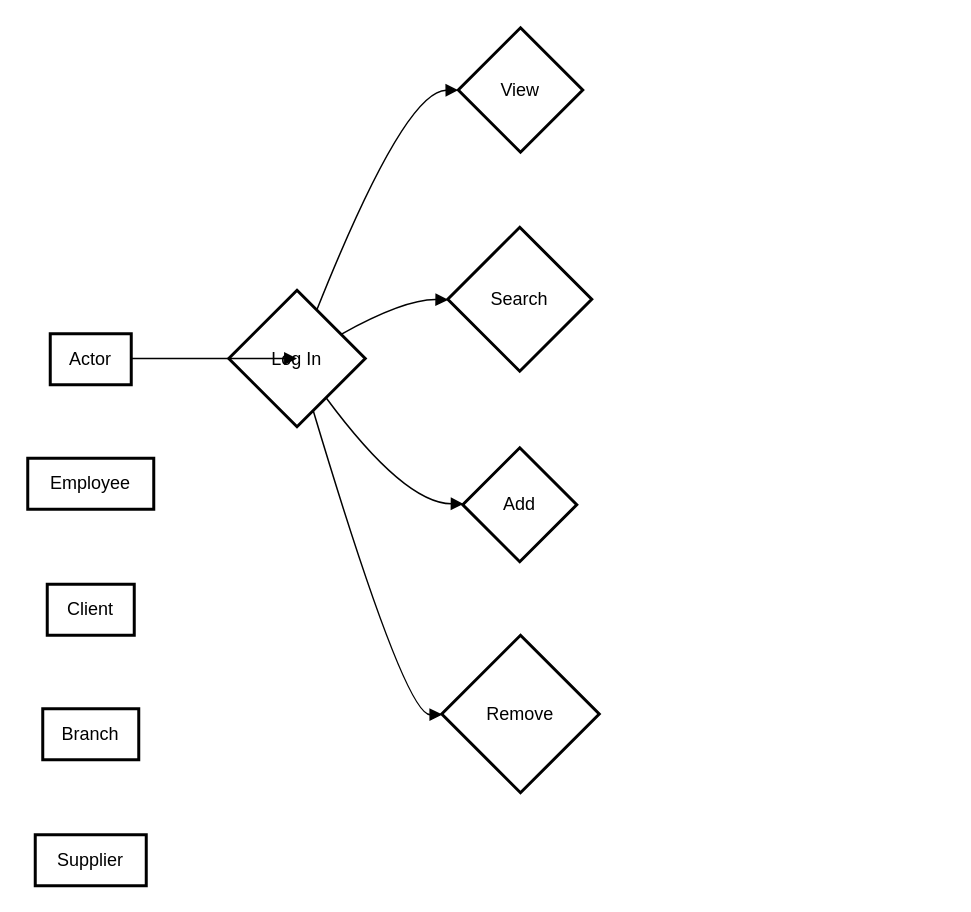
Before: USECASE.drawio in Kazybekkh/KazCable-DBMS, a draw.io diagram. Source tidied: cells renumbered, new cells numbered last; positions are measured from the earlier drawing's top-left corner, leaving out a move shared by most shapes. Both pictures are drawn from the tidied source at 150%, with x=0, y=0 at pixel (27, 27).
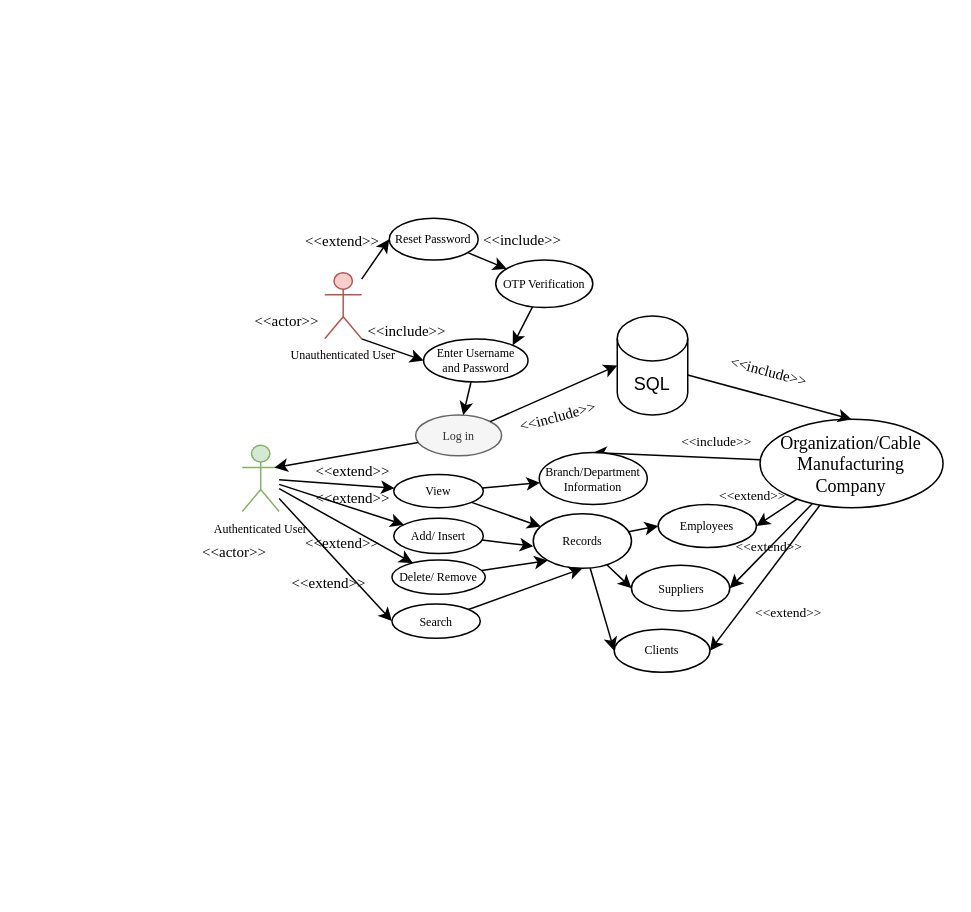
The same page after the edit.

What changed in the source:
```diff
@@
-    <mxCell id="2" value="Actor" style="whiteSpace=wrap;strokeWidth=2;" parent="1" vertex="1">
-      <mxGeometry x="15" y="204" width="54" height="34" as="geometry" />
-    </mxCell>
-    <mxCell id="3" value="Log In" style="rhombus;strokeWidth=2;whiteSpace=wrap;" parent="1" vertex="1">
-      <mxGeometry x="134" y="175" width="91" height="91" as="geometry" />
-    </mxCell>
+    <mxCell id="17" style="rounded=0;jettySize=auto;html=1;entryX=0.5;entryY=0;entryDx=0;entryDy=0;" parent="1" edge="1" source="21" target="35">
+      <mxGeometry relative="1" as="geometry" />
+    </mxCell>
+    <mxCell id="18" style="rounded=0;jettySize=auto;html=1;entryX=1;entryY=0.5;entryDx=0;entryDy=0;" parent="1" edge="1" source="21" target="39">
+      <mxGeometry relative="1" as="geometry" />
+    </mxCell>
+    <mxCell id="19" style="rounded=0;jettySize=auto;html=1;entryX=1;entryY=0.5;entryDx=0;entryDy=0;" parent="1" edge="1" source="21" target="38">
+      <mxGeometry relative="1" as="geometry" />
+    </mxCell>
+    <mxCell id="20" style="rounded=0;jettySize=auto;html=1;entryX=1;entryY=0.5;entryDx=0;entryDy=0;" parent="1" edge="1" source="21" target="37">
+      <mxGeometry relative="1" as="geometry" />
+    </mxCell>
+    <mxCell id="21" value="&lt;font face=&quot;Times New Roman&quot;&gt;Organization/Cable Manufacturing Company&lt;/font&gt;" style="ellipse;whiteSpace=wrap;html=1;" parent="1" vertex="1">
+      <mxGeometry x="488.2" y="261" width="122" height="59" as="geometry" />
+    </mxCell>
+    <mxCell id="22" value="Enter Username &lt;br style=&quot;font-size: 8px;&quot;&gt;and Password" style="ellipse;whiteSpace=wrap;html=1;fontSize=8;fontFamily=Times New Roman;" parent="1" vertex="1">
+      <mxGeometry x="263.9" y="207.5" width="69.6" height="28.7" as="geometry" />
+    </mxCell>
+    <mxCell id="23" value="Log in" style="ellipse;whiteSpace=wrap;html=1;fontSize=8;fontFamily=Times New Roman;fillColor=#f5f5f5;fontColor=#333333;strokeColor=#666666;" parent="1" vertex="1">
+      <mxGeometry x="258.6" y="258.2" width="57.3" height="27.2" as="geometry" />
+    </mxCell>
+    <mxCell id="24" style="rounded=0;jettySize=auto;html=1;fontSize=8;fontFamily=Times New Roman;" parent="1" edge="1" source="22" target="23">
+      <mxGeometry relative="1" as="geometry" />
+    </mxCell>
+    <mxCell id="25" value="Reset Password" style="ellipse;whiteSpace=wrap;html=1;fontSize=8;fontFamily=Times New Roman;" parent="1" vertex="1">
+      <mxGeometry x="241" y="127" width="59.3" height="27.9" as="geometry" />
+    </mxCell>
+    <mxCell id="26" style="rounded=0;jettySize=auto;html=1;entryX=1;entryY=0;entryDx=0;entryDy=0;fontSize=8;fontFamily=Times New Roman;" parent="1" edge="1" source="27" target="22">
+      <mxGeometry relative="1" as="geometry" />
+    </mxCell>
+    <mxCell id="27" value="OTP Verification" style="ellipse;whiteSpace=wrap;html=1;fontSize=8;fontFamily=Times New Roman;" parent="1" vertex="1">
+      <mxGeometry x="312" y="154.9" width="64.7" height="31.6" as="geometry" />
+    </mxCell>
+    <mxCell id="28" style="rounded=0;jettySize=auto;html=1;fontSize=8;fontFamily=Times New Roman;" parent="1" edge="1" source="25" target="27">
+      <mxGeometry relative="1" as="geometry" />
+    </mxCell>
+    <mxCell id="29" value="Authenticated User" style="shape=umlActor;verticalLabelPosition=bottom;verticalAlign=top;html=1;fontSize=8;fontFamily=Times New Roman;fillColor=#d5e8d4;strokeColor=#82b366;" parent="1" vertex="1">
+      <mxGeometry x="143" y="278.4" width="24.6" height="44.1" as="geometry" />
+    </mxCell>
+    <mxCell id="30" value="Unauthenticated User" style="shape=umlActor;verticalLabelPosition=bottom;verticalAlign=top;html=1;fontSize=8;fontFamily=Times New Roman;fillColor=#f8cecc;strokeColor=#b85450;" parent="1" vertex="1">
+      <mxGeometry x="198" y="163.3" width="24.6" height="44.1" as="geometry" />
+    </mxCell>
+    <mxCell id="31" style="rounded=0;jettySize=auto;html=1;entryX=0;entryY=0.5;entryDx=0;entryDy=0;fontSize=8;fontFamily=Times New Roman;exitX=1;exitY=1;exitDx=0;exitDy=0;exitPerimeter=0;" parent="1" edge="1" source="30" target="22">
+      <mxGeometry relative="1" as="geometry" />
+    </mxCell>
+    <mxCell id="32" style="rounded=0;jettySize=auto;html=1;entryX=0;entryY=0.5;entryDx=0;entryDy=0;fontSize=8;fontFamily=Times New Roman;" parent="1" edge="1" source="30" target="25">
+      <mxGeometry relative="1" as="geometry" />
+    </mxCell>
+    <mxCell id="33" style="rounded=0;jettySize=auto;html=1;entryX=0.869;entryY=0.336;entryDx=0;entryDy=0;entryPerimeter=0;fontSize=8;fontFamily=Times New Roman;" parent="1" edge="1" source="23" target="29">
+      <mxGeometry relative="1" as="geometry" />
+    </mxCell>
-    <mxCell id="4" value="View" style="rhombus;strokeWidth=2;whiteSpace=wrap;" parent="1" vertex="1">
-      <mxGeometry x="287" width="83" height="83" as="geometry" />
+    <mxCell id="4" value="View" style="ellipse;whiteSpace=wrap;html=1;fontSize=8;fontFamily=Times New Roman;" parent="1" vertex="1">
+      <mxGeometry x="244" y="297.9" width="59.7" height="22.1" as="geometry" />
     </mxCell>
+    <mxCell id="34" style="rounded=0;jettySize=auto;html=1;fontSize=8;" parent="1" edge="1" source="29" target="4">
+      <mxGeometry relative="1" as="geometry" />
+    </mxCell>
+    <mxCell id="35" value="Branch/Department&lt;br style=&quot;font-size: 8px;&quot;&gt;Information" style="ellipse;whiteSpace=wrap;html=1;fontSize=8;fontFamily=Times New Roman;" parent="1" vertex="1">
+      <mxGeometry x="341" y="283.2" width="72" height="34.6" as="geometry" />
+    </mxCell>
+    <mxCell id="36" style="rounded=0;jettySize=auto;html=1;fontSize=8;" parent="1" edge="1" source="4" target="35">
+      <mxGeometry relative="1" as="geometry" />
+    </mxCell>
+    <mxCell id="37" value="Employees" style="ellipse;whiteSpace=wrap;html=1;fontSize=8;fontFamily=Times New Roman;" parent="1" vertex="1">
+      <mxGeometry x="420.3" y="317.8" width="65.5" height="28.7" as="geometry" />
+    </mxCell>
+    <mxCell id="38" value="Suppliers" style="ellipse;whiteSpace=wrap;html=1;fontSize=8;fontFamily=Times New Roman;" parent="1" vertex="1">
+      <mxGeometry x="402.5" y="358.4" width="65.5" height="30.5" as="geometry" />
+    </mxCell>
+    <mxCell id="39" value="Clients" style="ellipse;whiteSpace=wrap;html=1;fontSize=8;fontFamily=Times New Roman;" parent="1" vertex="1">
+      <mxGeometry x="391" y="401" width="63.8" height="28.7" as="geometry" />
+    </mxCell>
+    <mxCell id="40" style="rounded=0;jettySize=auto;html=1;entryX=0;entryY=0.5;entryDx=0;entryDy=0;fontSize=8;" parent="1" edge="1" source="43" target="37">
+      <mxGeometry relative="1" as="geometry" />
+    </mxCell>
+    <mxCell id="41" style="rounded=0;jettySize=auto;html=1;entryX=0;entryY=0.5;entryDx=0;entryDy=0;fontSize=8;" parent="1" edge="1" source="43" target="38">
+      <mxGeometry relative="1" as="geometry" />
+    </mxCell>
+    <mxCell id="42" style="rounded=0;jettySize=auto;html=1;entryX=0;entryY=0.5;entryDx=0;entryDy=0;fontSize=8;" parent="1" edge="1" source="43" target="39">
+      <mxGeometry relative="1" as="geometry" />
+    </mxCell>
+    <mxCell id="43" value="Records" style="ellipse;whiteSpace=wrap;html=1;fontSize=8;fontFamily=Times New Roman;" parent="1" vertex="1">
+      <mxGeometry x="337" y="324" width="65.5" height="36.4" as="geometry" />
+    </mxCell>
+    <mxCell id="44" style="rounded=0;jettySize=auto;html=1;fontSize=8;" parent="1" edge="1" source="4" target="43">
+      <mxGeometry relative="1" as="geometry" />
+    </mxCell>
+    <mxCell id="45" value="Add/ Insert" style="ellipse;whiteSpace=wrap;html=1;fontSize=8;fontFamily=Times New Roman;" parent="1" vertex="1">
+      <mxGeometry x="244" y="327" width="59.7" height="23.5" as="geometry" />
+    </mxCell>
+    <mxCell id="46" style="rounded=0;jettySize=auto;html=1;fontSize=8;" parent="1" edge="1" source="29" target="45">
+      <mxGeometry relative="1" as="geometry" />
+    </mxCell>
+    <mxCell id="47" style="rounded=0;jettySize=auto;html=1;entryX=0;entryY=1;entryDx=0;entryDy=0;fontSize=8;" parent="1" edge="1" source="48" target="43">
+      <mxGeometry relative="1" as="geometry" />
+    </mxCell>
+    <mxCell id="48" value="Delete/ Remove" style="ellipse;whiteSpace=wrap;html=1;fontSize=8;fontFamily=Times New Roman;" parent="1" vertex="1">
+      <mxGeometry x="242.8" y="354.9" width="62.2" height="22.8" as="geometry" />
+    </mxCell>
+    <mxCell id="49" style="rounded=0;jettySize=auto;html=1;fontSize=8;" parent="1" edge="1" source="29" target="48">
+      <mxGeometry relative="1" as="geometry" />
+    </mxCell>
+    <mxCell id="50" style="rounded=0;jettySize=auto;html=1;entryX=0.001;entryY=0.595;entryDx=0;entryDy=0;entryPerimeter=0;fontSize=8;" parent="1" edge="1" source="45" target="43">
+      <mxGeometry relative="1" as="geometry" />
+    </mxCell>
+    <mxCell id="51" style="rounded=0;jettySize=auto;html=1;entryX=0.5;entryY=1;entryDx=0;entryDy=0;fontSize=8;" parent="1" edge="1" source="5" target="43">
+      <mxGeometry relative="1" as="geometry" />
+    </mxCell>
-    <mxCell id="5" value="Search" style="rhombus;strokeWidth=2;whiteSpace=wrap;" parent="1" vertex="1">
-      <mxGeometry x="280" y="133" width="96" height="96" as="geometry" />
+    <mxCell id="5" value="Search" style="ellipse;whiteSpace=wrap;html=1;fontSize=8;fontFamily=Times New Roman;" parent="1" vertex="1">
+      <mxGeometry x="242.8" y="384.2" width="58.9" height="22.8" as="geometry" />
     </mxCell>
-    <mxCell id="6" value="Add" style="rhombus;strokeWidth=2;whiteSpace=wrap;" parent="1" vertex="1">
-      <mxGeometry x="290" y="280" width="76" height="76" as="geometry" />
-    </mxCell>
-    <mxCell id="7" value="Remove" style="rhombus;strokeWidth=2;whiteSpace=wrap;" parent="1" vertex="1">
-      <mxGeometry x="276" y="405" width="105" height="105" as="geometry" />
-    </mxCell>
-    <mxCell id="8" value="Employee" style="whiteSpace=wrap;strokeWidth=2;" parent="1" vertex="1">
-      <mxGeometry y="287" width="84" height="34" as="geometry" />
-    </mxCell>
-    <mxCell id="9" value="Client" style="whiteSpace=wrap;strokeWidth=2;" parent="1" vertex="1">
-      <mxGeometry x="13" y="371" width="58" height="34" as="geometry" />
-    </mxCell>
-    <mxCell id="10" value="Branch" style="whiteSpace=wrap;strokeWidth=2;" parent="1" vertex="1">
-      <mxGeometry x="10" y="454" width="64" height="34" as="geometry" />
-    </mxCell>
-    <mxCell id="11" value="Supplier" style="whiteSpace=wrap;strokeWidth=2;" parent="1" vertex="1">
-      <mxGeometry x="5" y="538" width="74" height="34" as="geometry" />
-    </mxCell>
-    <mxCell id="12" style="curved=1;startArrow=none;endArrow=block;exitX=0.9994212962962963;exitY=0.48448988970588236;entryX=0.004635989010989011;entryY=0.4996995192307692;" parent="1" edge="1" source="2" target="3">
-      <mxGeometry relative="1" as="geometry" />
-    </mxCell>
-    <mxCell id="13" style="curved=1;startArrow=none;endArrow=block;exitX=0.7046703540424265;exitY=-0.0021033653846153845;entryX=-0.0037650602409638554;entryY=0.5011295180722891;" parent="1" edge="1" source="3" target="4">
-      <mxGeometry relative="1" as="geometry">
-        <Array as="points">
-          <mxPoint x="251" y="42" />
-        </Array>
-      </mxGeometry>
-    </mxCell>
-    <mxCell id="14" style="curved=1;startArrow=none;endArrow=block;exitX=1.0082417582417582;exitY=0.22183553386911598;entryX=0.0013020833333333333;entryY=0.5035807291666666;" parent="1" edge="1" source="3" target="5">
-      <mxGeometry relative="1" as="geometry">
-        <Array as="points">
-          <mxPoint x="251" y="181" />
-        </Array>
-      </mxGeometry>
-    </mxCell>
-    <mxCell id="15" style="curved=1;startArrow=none;endArrow=block;exitX=0.8721620186524526;exitY=1.0015024038461537;entryX=0.004625822368421052;entryY=0.49249588815789475;" parent="1" edge="1" source="3" target="6">
-      <mxGeometry relative="1" as="geometry">
-        <Array as="points">
-          <mxPoint x="251" y="317" />
-        </Array>
-      </mxGeometry>
-    </mxCell>
-    <mxCell id="16" style="curved=1;startArrow=none;endArrow=block;exitX=0.6557933247146163;exitY=1.0015024038461537;entryX=-0.002380952380952381;entryY=0.5037202380952381;" parent="1" edge="1" source="3" target="7">
-      <mxGeometry relative="1" as="geometry">
-        <Array as="points">
-          <mxPoint x="251" y="458" />
-        </Array>
-      </mxGeometry>
-    </mxCell>
+    <mxCell id="52" style="rounded=0;jettySize=auto;html=1;entryX=0;entryY=0.5;entryDx=0;entryDy=0;fontSize=8;" parent="1" edge="1" source="29" target="5">
+      <mxGeometry relative="1" as="geometry" />
+    </mxCell>
+    <mxCell id="53" value="&lt;font style=&quot;font-size: 9px;&quot; face=&quot;Times New Roman&quot;&gt;&amp;lt;&amp;lt;include&amp;gt;&amp;gt;&lt;/font&gt;" style="text;html=1;align=center;verticalAlign=middle;whiteSpace=wrap;rounded=0;" parent="1" vertex="1">
+      <mxGeometry x="433" y="261" width="52.8" height="27" as="geometry" />
+    </mxCell>
+    <mxCell id="54" value="&lt;font style=&quot;font-size: 9px;&quot; face=&quot;Times New Roman&quot;&gt;&amp;lt;&amp;lt;extend&amp;gt;&amp;gt;&lt;/font&gt;" style="text;html=1;align=center;verticalAlign=middle;whiteSpace=wrap;rounded=0;" parent="1" vertex="1">
+      <mxGeometry x="457" y="297" width="52.8" height="27" as="geometry" />
+    </mxCell>
+    <mxCell id="55" value="&lt;font style=&quot;font-size: 9px;&quot; face=&quot;Times New Roman&quot;&gt;&amp;lt;&amp;lt;extend&amp;gt;&amp;gt;&lt;/font&gt;" style="text;html=1;align=center;verticalAlign=middle;whiteSpace=wrap;rounded=0;" parent="1" vertex="1">
+      <mxGeometry x="468" y="331.4" width="52.8" height="27" as="geometry" />
+    </mxCell>
+    <mxCell id="56" value="&lt;font style=&quot;font-size: 9px;&quot; face=&quot;Times New Roman&quot;&gt;&amp;lt;&amp;lt;extend&amp;gt;&amp;gt;&lt;/font&gt;" style="text;html=1;align=center;verticalAlign=middle;whiteSpace=wrap;rounded=0;rotation=0;" parent="1" vertex="1">
+      <mxGeometry x="483.1" y="366" width="49" height="46.6" as="geometry" />
+    </mxCell>
+    <mxCell id="57" style="rounded=0;jettySize=auto;html=1;entryX=0.5;entryY=0;entryDx=0;entryDy=0;" parent="1" edge="1" source="58" target="21">
+      <mxGeometry relative="1" as="geometry" />
+    </mxCell>
+    <mxCell id="58" value="SQL" style="shape=cylinder3;whiteSpace=wrap;html=1;boundedLbl=1;backgroundOutline=1;size=15;" parent="1" vertex="1">
+      <mxGeometry x="393" y="192.2" width="47" height="66" as="geometry" />
+    </mxCell>
+    <mxCell id="59" style="rounded=0;jettySize=auto;html=1;entryX=0;entryY=0.5;entryDx=0;entryDy=0;entryPerimeter=0;" parent="1" edge="1" source="23" target="58">
+      <mxGeometry relative="1" as="geometry" />
+    </mxCell>
+    <mxCell id="60" value="&lt;font style=&quot;font-size: 10px;&quot; face=&quot;Times New Roman&quot;&gt;&amp;lt;&amp;lt;include&amp;gt;&amp;gt;&lt;/font&gt;" style="text;html=1;align=center;verticalAlign=middle;whiteSpace=wrap;rounded=0;rotation=-15;" parent="1" vertex="1">
+      <mxGeometry x="315.9" y="244" width="75.1" height="30" as="geometry" />
+    </mxCell>
+    <mxCell id="61" value="&lt;font style=&quot;font-size: 10px;&quot; face=&quot;Times New Roman&quot;&gt;&amp;lt;&amp;lt;include&amp;gt;&amp;gt;&lt;/font&gt;" style="text;html=1;align=center;verticalAlign=middle;whiteSpace=wrap;rounded=0;rotation=15;" parent="1" vertex="1">
+      <mxGeometry x="457" y="214" width="75.1" height="30" as="geometry" />
+    </mxCell>
+    <mxCell id="62" value="&lt;font style=&quot;font-size: 10px;&quot; face=&quot;Times New Roman&quot;&gt;&amp;lt;&amp;lt;include&amp;gt;&amp;gt;&lt;/font&gt;" style="text;html=1;align=center;verticalAlign=middle;whiteSpace=wrap;rounded=0;" parent="1" vertex="1">
+      <mxGeometry x="222.6" y="186.6" width="60" height="30" as="geometry" />
+    </mxCell>
+    <mxCell id="63" value="&lt;font style=&quot;font-size: 10px;&quot; face=&quot;Times New Roman&quot;&gt;&amp;lt;&amp;lt;extend&amp;gt;&amp;gt;&lt;/font&gt;" style="text;html=1;align=center;verticalAlign=middle;whiteSpace=wrap;rounded=0;" parent="1" vertex="1">
+      <mxGeometry x="187" y="280" width="60" height="30" as="geometry" />
+    </mxCell>
+    <mxCell id="64" value="&lt;font style=&quot;font-size: 10px;&quot; face=&quot;Times New Roman&quot;&gt;&amp;lt;&amp;lt;extend&amp;gt;&amp;gt;&lt;/font&gt;" style="text;html=1;align=center;verticalAlign=middle;whiteSpace=wrap;rounded=0;" parent="1" vertex="1">
+      <mxGeometry x="187" y="297.9" width="60" height="30" as="geometry" />
+    </mxCell>
+    <mxCell id="65" value="&lt;font style=&quot;font-size: 10px;&quot; face=&quot;Times New Roman&quot;&gt;&amp;lt;&amp;lt;extend&amp;gt;&amp;gt;&lt;/font&gt;" style="text;html=1;align=center;verticalAlign=middle;whiteSpace=wrap;rounded=0;" parent="1" vertex="1">
+      <mxGeometry x="171" y="354.9" width="60" height="30" as="geometry" />
+    </mxCell>
+    <mxCell id="66" value="&lt;font style=&quot;font-size: 10px;&quot; face=&quot;Times New Roman&quot;&gt;&amp;lt;&amp;lt;extend&amp;gt;&amp;gt;&lt;/font&gt;" style="text;html=1;align=center;verticalAlign=middle;whiteSpace=wrap;rounded=0;" parent="1" vertex="1">
+      <mxGeometry x="180.3" y="327.9" width="60" height="30" as="geometry" />
+    </mxCell>
+    <mxCell id="67" value="&lt;font style=&quot;font-size: 10px;&quot; face=&quot;Times New Roman&quot;&gt;&amp;lt;&amp;lt;extend&amp;gt;&amp;gt;&lt;/font&gt;" style="text;html=1;align=center;verticalAlign=middle;whiteSpace=wrap;rounded=0;" parent="1" vertex="1">
+      <mxGeometry x="180.3" y="127" width="60" height="30" as="geometry" />
+    </mxCell>
+    <mxCell id="68" value="&lt;font style=&quot;font-size: 10px;&quot; face=&quot;Times New Roman&quot;&gt;&amp;lt;&amp;lt;include&amp;gt;&amp;gt;&lt;/font&gt;" style="text;html=1;align=center;verticalAlign=middle;whiteSpace=wrap;rounded=0;" parent="1" vertex="1">
+      <mxGeometry x="300.3" y="126" width="60" height="30" as="geometry" />
+    </mxCell>
+    <mxCell id="69" value="&lt;font style=&quot;font-size: 10px;&quot; face=&quot;Times New Roman&quot;&gt;&amp;lt;&amp;lt;actor&amp;gt;&amp;gt;&lt;/font&gt;" style="text;html=1;align=center;verticalAlign=middle;whiteSpace=wrap;rounded=0;" parent="1" vertex="1">
+      <mxGeometry x="107.5" y="334" width="60" height="30" as="geometry" />
+    </mxCell>
+    <mxCell id="70" value="&lt;font style=&quot;font-size: 10px;&quot; face=&quot;Times New Roman&quot;&gt;&amp;lt;&amp;lt;actor&amp;gt;&amp;gt;&lt;/font&gt;" style="text;html=1;align=center;verticalAlign=middle;whiteSpace=wrap;rounded=0;" parent="1" vertex="1">
+      <mxGeometry x="143" y="180" width="60" height="30" as="geometry" />
+    </mxCell>
```
